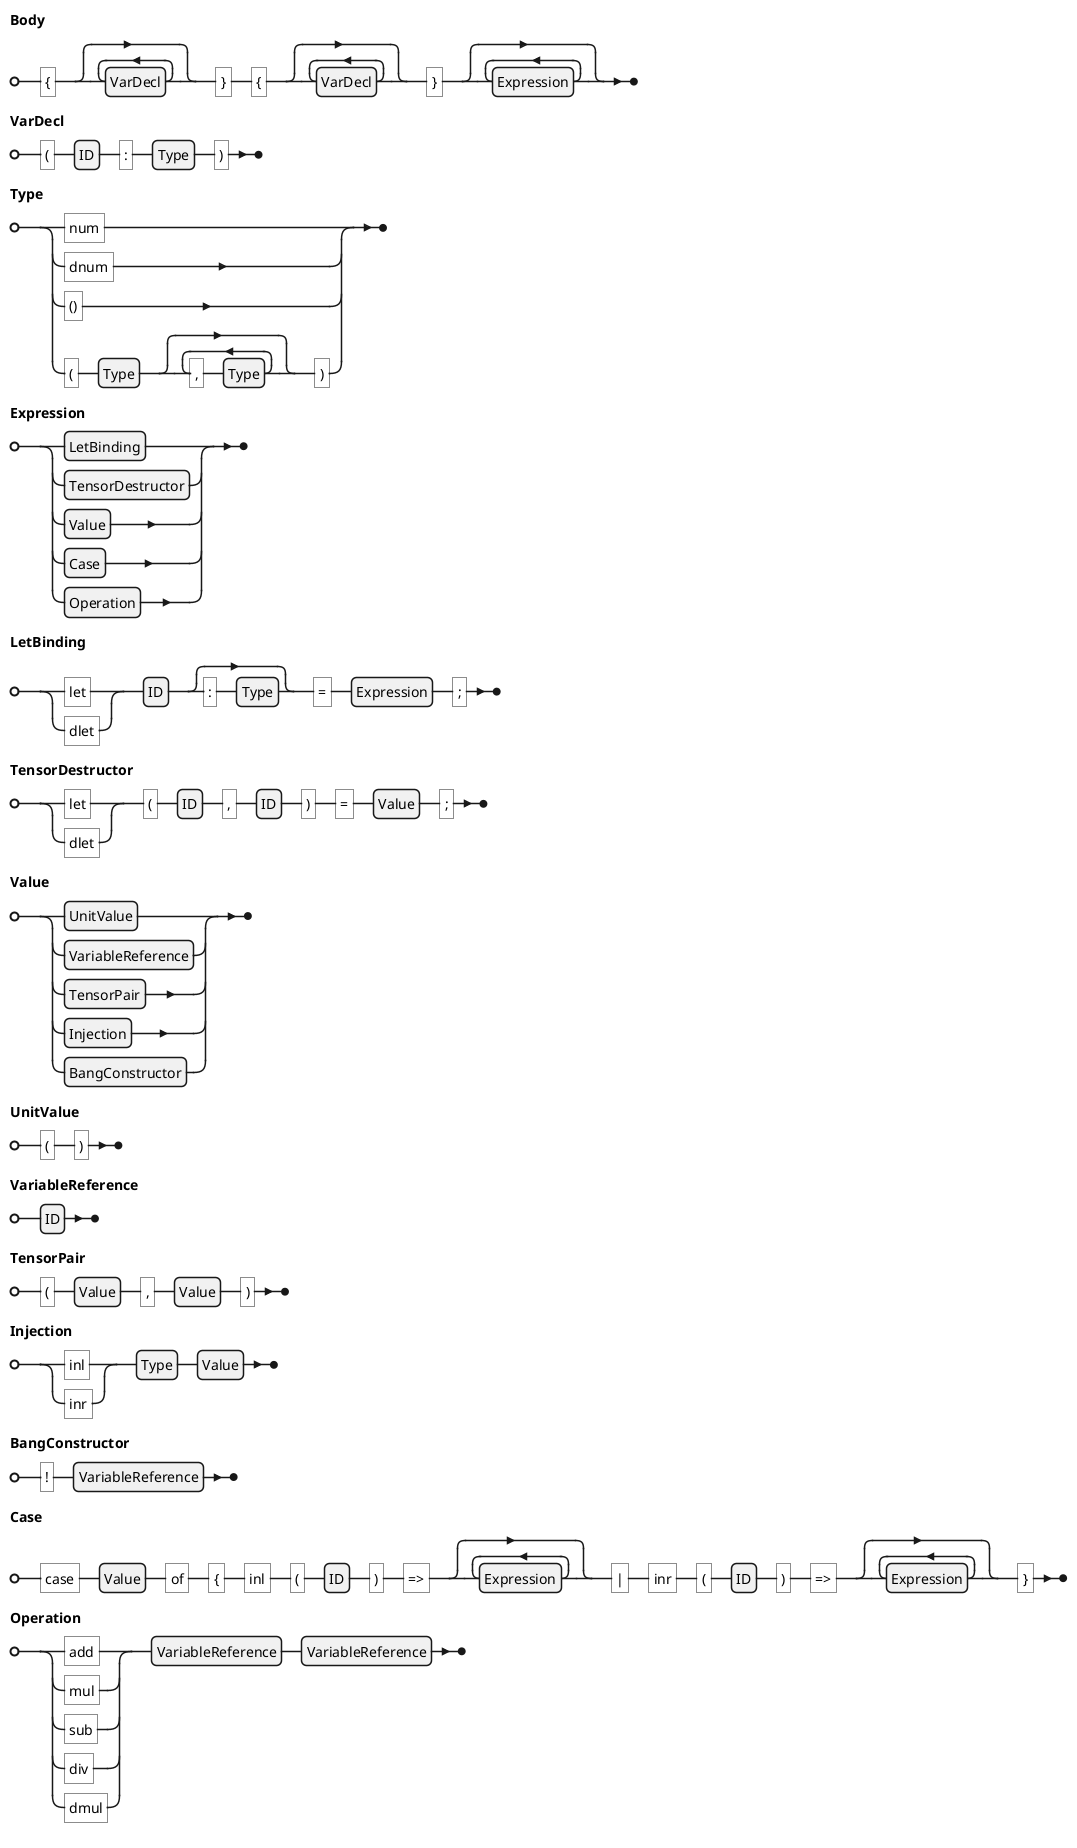
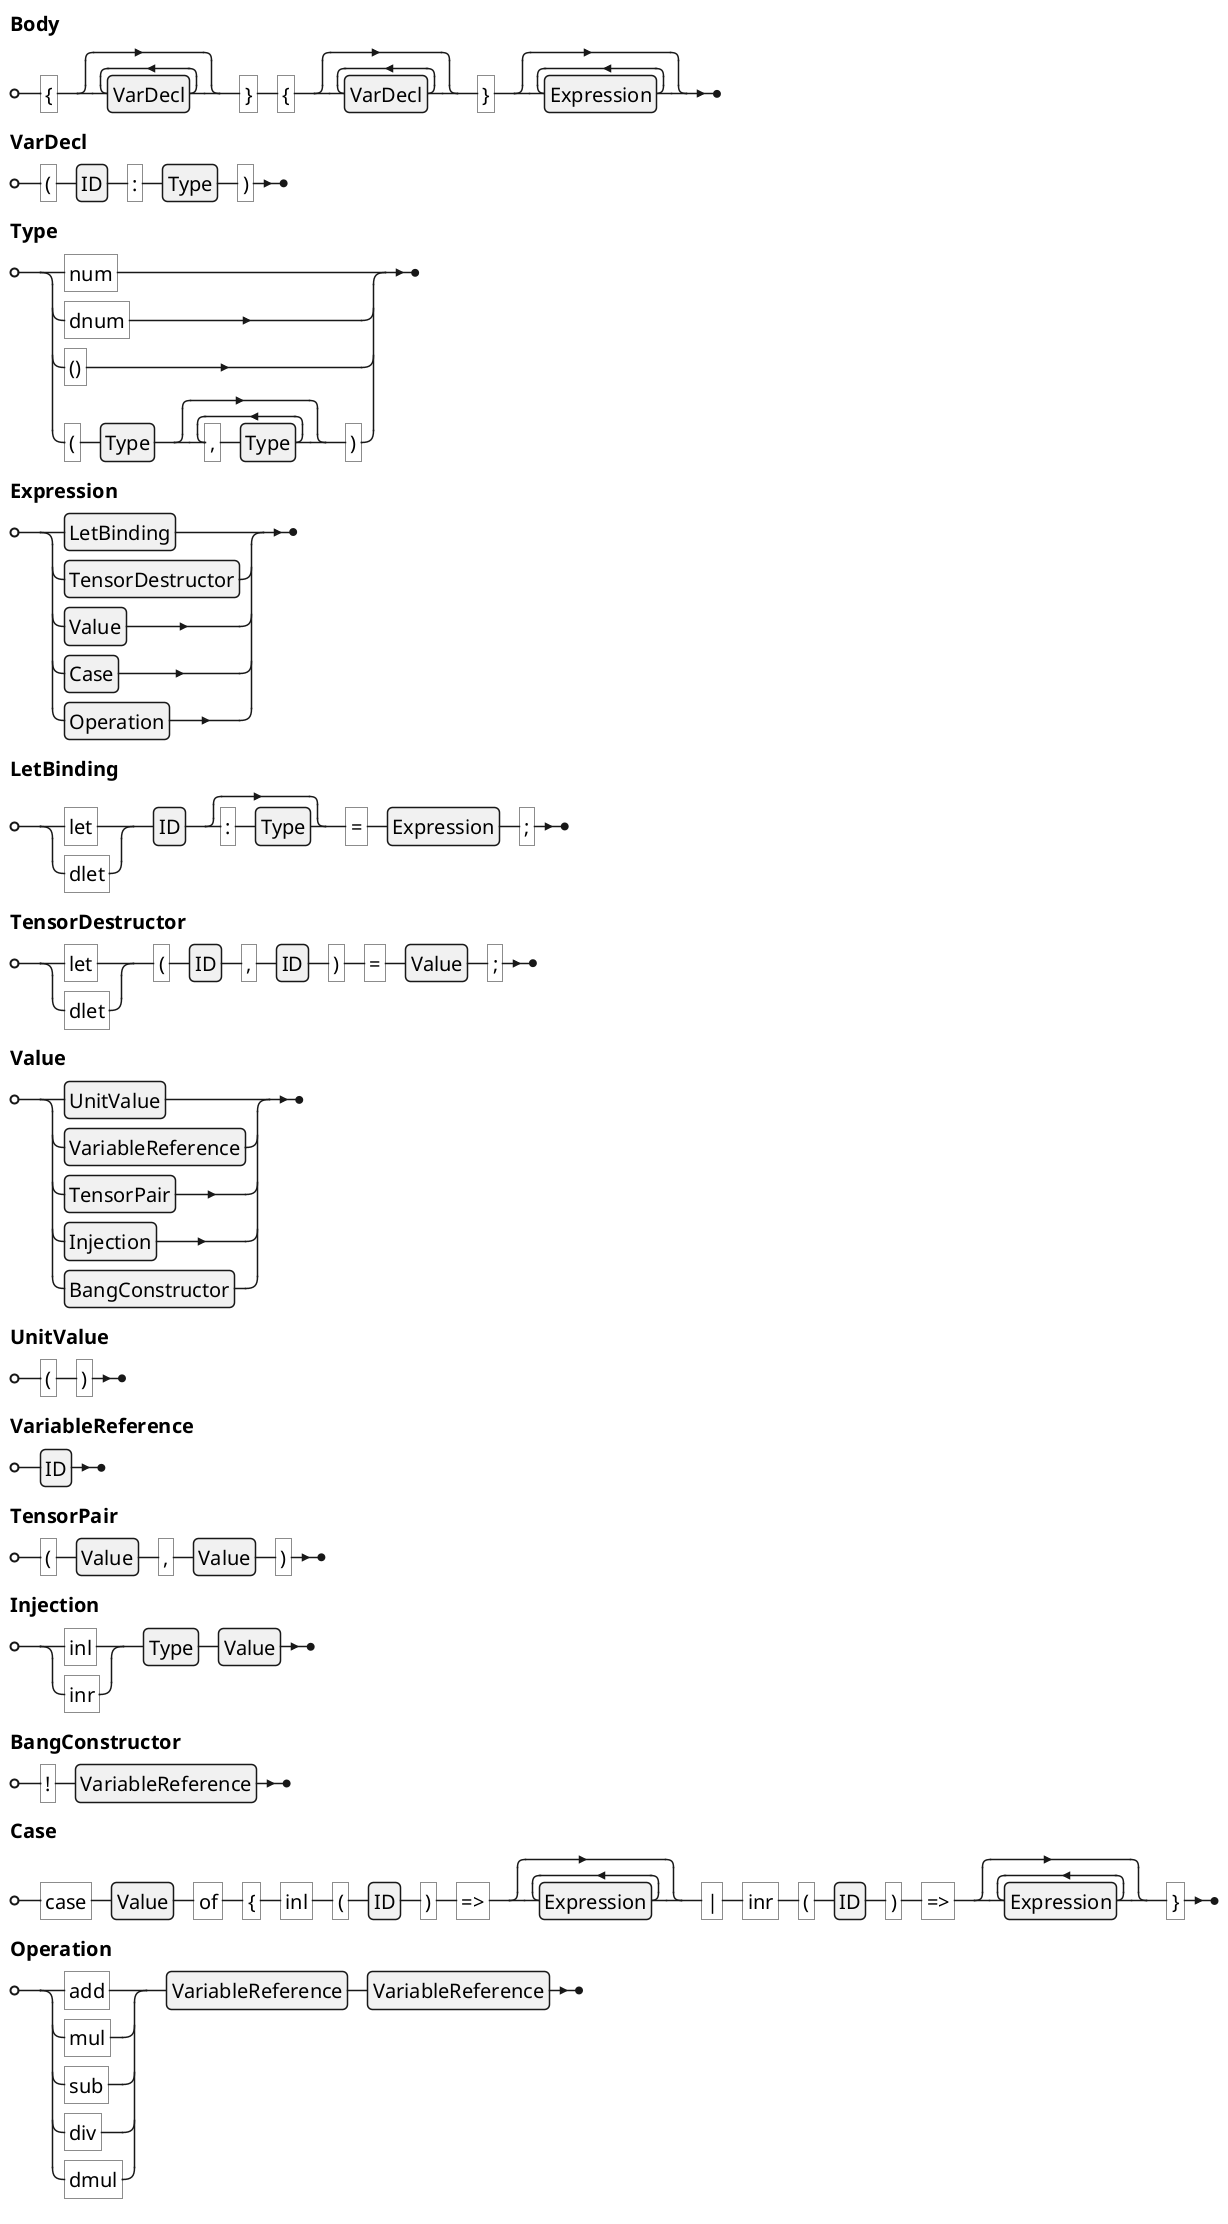
@startebnf bean-grammar
+ 
+ <style>
+ element {
+    ebnf {
+          FontSize 20
+    }
+ }
+ </style>
+ 
Body               = "{", { VarDecl }, "}", "{", { VarDecl }, "}", { Expression } ;

VarDecl            = "(", ID, ":", Type, ")" ;

Type               = "num" | "dnum" | "()" | "(", Type, { ",", Type }, ")";

Expression         = LetBinding | TensorDestructor | Value | Case | Operation ;

LetBinding         = ( "let" | "dlet" ), ID, [ ":", Type ], "=", Expression, ";" ;

TensorDestructor   = ( "let" | "dlet" ), "(", ID, ",", ID, ")", "=", Value, ";" ;

Value              = UnitValue | VariableReference | TensorPair | Injection | BangConstructor ;

UnitValue          = "(", ")" ;

VariableReference  = ID ;

TensorPair         = "(", Value, ",", Value, ")" ;

Injection          = ( "inl" | "inr" ), Type, Value ;

BangConstructor    = "!", VariableReference ;

Case               = "case", Value, "of", "{",
                        "inl", "(", ID, ")", "=>", { Expression },
                        "|",
                        "inr", "(", ID, ")", "=>", { Expression },
                     "}" ;

Operation          = ( "add" | "mul" | "sub" | "div" | "dmul" ), VariableReference, VariableReference ;

@endebnf
